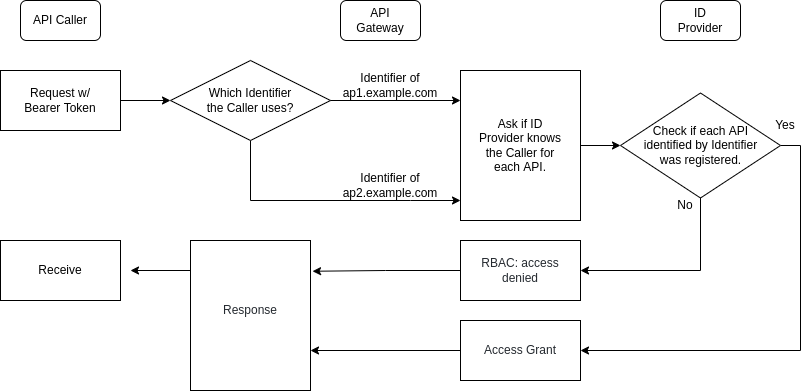
This is istioAuth0/Auth0.drawio.png from developer-onizuka/Diagrams, a draw.io export, as it was before one commit. Source tidied: cells renumbered, new cells last; positions are measured from the earlier drawing's top-left corner, leaving out a move shared by most shapes. Source of this version:
```xml
<mxGraphModel>
  <root>
    <mxCell id="0" />
    <mxCell id="1" parent="0" />
    <mxCell id="2" style="rounded=1;whiteSpace=wrap;html=1;" parent="1" vertex="1">
      <mxGeometry x="20" width="80" height="40" as="geometry" />
    </mxCell>
    <mxCell id="3" value="API Caller" style="text;html=1;strokeColor=none;fillColor=none;align=center;verticalAlign=middle;whiteSpace=wrap;rounded=0;" parent="1" vertex="1">
      <mxGeometry x="30" width="60" height="40" as="geometry" />
    </mxCell>
    <mxCell id="4" style="endArrow=classic;html=1;rounded=0;entryX=0;entryY=0.5;entryDx=0;entryDy=0;" parent="1" edge="1" target="6">
      <mxGeometry relative="1" as="geometry">
        <mxPoint x="120" y="100" as="sourcePoint" />
      </mxGeometry>
    </mxCell>
    <mxCell id="5" style="edgeStyle=orthogonalEdgeStyle;rounded=0;jettySize=auto;html=1;" parent="1" edge="1" source="6">
      <mxGeometry relative="1" as="geometry">
        <mxPoint x="460" y="200" as="targetPoint" />
        <Array as="points">
          <mxPoint x="250" y="200" />
          <mxPoint x="410" y="200" />
        </Array>
      </mxGeometry>
    </mxCell>
    <mxCell id="6" style="rhombus;whiteSpace=wrap;html=1;" parent="1" vertex="1">
      <mxGeometry x="170" y="60" width="160" height="80" as="geometry" />
    </mxCell>
    <mxCell id="7" style="endArrow=classic;html=1;rounded=0;exitX=1;exitY=0.5;exitDx=0;exitDy=0;" parent="1" edge="1" source="6">
      <mxGeometry relative="1" as="geometry">
        <mxPoint x="460" y="100" as="targetPoint" />
      </mxGeometry>
    </mxCell>
    <mxCell id="8" style="rounded=1;whiteSpace=wrap;html=1;" parent="1" vertex="1">
      <mxGeometry x="340" width="80" height="40" as="geometry" />
    </mxCell>
    <mxCell id="9" value="API Gateway" style="text;html=1;strokeColor=none;fillColor=none;align=center;verticalAlign=middle;whiteSpace=wrap;rounded=0;" parent="1" vertex="1">
      <mxGeometry x="350" width="60" height="40" as="geometry" />
    </mxCell>
    <mxCell id="10" style="rounded=0;whiteSpace=wrap;html=1;" parent="1" vertex="1">
      <mxGeometry y="70" width="120" height="60" as="geometry" />
    </mxCell>
    <mxCell id="11" value="Request w/&lt;br&gt;Bearer Token" style="text;html=1;strokeColor=none;fillColor=none;align=center;verticalAlign=middle;whiteSpace=wrap;rounded=0;" parent="1" vertex="1">
      <mxGeometry x="20" y="80" width="80" height="40" as="geometry" />
    </mxCell>
    <mxCell id="12" value="Identifier of ap1.example.com" style="text;html=1;strokeColor=none;fillColor=none;align=center;verticalAlign=middle;whiteSpace=wrap;rounded=0;" parent="1" vertex="1">
      <mxGeometry x="320" y="70" width="140" height="30" as="geometry" />
    </mxCell>
    <mxCell id="13" value="Which Identifier the Caller uses?" style="text;html=1;strokeColor=none;fillColor=none;align=center;verticalAlign=middle;whiteSpace=wrap;rounded=0;" parent="1" vertex="1">
      <mxGeometry x="205" y="80" width="90" height="40" as="geometry" />
    </mxCell>
    <mxCell id="14" value="Identifier of ap2.example.com" style="text;html=1;strokeColor=none;fillColor=none;align=center;verticalAlign=middle;whiteSpace=wrap;rounded=0;" parent="1" vertex="1">
      <mxGeometry x="320" y="170" width="140" height="30" as="geometry" />
    </mxCell>
    <mxCell id="15" style="rounded=0;whiteSpace=wrap;html=1;" parent="1" vertex="1">
      <mxGeometry x="460" y="70" width="120" height="150" as="geometry" />
    </mxCell>
    <mxCell id="16" style="edgeStyle=orthogonalEdgeStyle;rounded=0;jettySize=auto;html=1;entryX=0;entryY=0.5;entryDx=0;entryDy=0;exitX=1;exitY=0.5;exitDx=0;exitDy=0;" parent="1" edge="1" source="15" target="22">
      <mxGeometry relative="1" as="geometry" />
    </mxCell>
    <mxCell id="17" value="Ask if ID Provider knows the Caller for each API." style="text;html=1;strokeColor=none;fillColor=none;align=center;verticalAlign=middle;whiteSpace=wrap;rounded=0;" parent="1" vertex="1">
      <mxGeometry x="475" y="100" width="90" height="90" as="geometry" />
    </mxCell>
    <mxCell id="18" style="rounded=1;whiteSpace=wrap;html=1;" parent="1" vertex="1">
      <mxGeometry x="660" width="80" height="40" as="geometry" />
    </mxCell>
    <mxCell id="19" value="ID Provider" style="text;html=1;strokeColor=none;fillColor=none;align=center;verticalAlign=middle;whiteSpace=wrap;rounded=0;" parent="1" vertex="1">
      <mxGeometry x="670" width="60" height="40" as="geometry" />
    </mxCell>
    <mxCell id="20" style="edgeStyle=orthogonalEdgeStyle;rounded=0;jettySize=auto;html=1;exitX=0.5;exitY=1;exitDx=0;exitDy=0;fontSize=12;entryX=1;entryY=0.5;entryDx=0;entryDy=0;" parent="1" edge="1" source="22" target="25">
      <mxGeometry relative="1" as="geometry" />
    </mxCell>
    <mxCell id="21" style="edgeStyle=orthogonalEdgeStyle;rounded=0;jettySize=auto;html=1;exitX=1;exitY=0.5;exitDx=0;exitDy=0;fontSize=12;entryX=1;entryY=0.5;entryDx=0;entryDy=0;" parent="1" edge="1" source="22" target="34">
      <mxGeometry relative="1" as="geometry" />
    </mxCell>
    <mxCell id="22" style="rhombus;whiteSpace=wrap;html=1;" parent="1" vertex="1">
      <mxGeometry x="620" y="92.5" width="160" height="105" as="geometry" />
    </mxCell>
    <mxCell id="23" value="Check if each API identified by Identifier was registered." style="text;html=1;strokeColor=none;fillColor=none;align=center;verticalAlign=middle;whiteSpace=wrap;rounded=0;" parent="1" vertex="1">
      <mxGeometry x="637.5" y="102.5" width="125" height="85" as="geometry" />
    </mxCell>
    <mxCell id="24" style="edgeStyle=orthogonalEdgeStyle;rounded=0;jettySize=auto;html=1;exitX=0;exitY=0.5;exitDx=0;exitDy=0;fontSize=12;entryX=1.017;entryY=0.205;entryDx=0;entryDy=0;entryPerimeter=0;" parent="1" edge="1" source="25" target="29">
      <mxGeometry relative="1" as="geometry" />
    </mxCell>
    <mxCell id="25" style="rounded=0;whiteSpace=wrap;html=1;" parent="1" vertex="1">
      <mxGeometry x="460" y="240" width="120" height="60" as="geometry" />
    </mxCell>
    <mxCell id="26" value="&lt;span style=&quot;color: rgb(36 , 41 , 47) ; text-align: left ; background-color: rgb(255 , 255 , 255)&quot;&gt;&lt;font style=&quot;font-size: 12px&quot;&gt;RBAC: access denied&lt;/font&gt;&lt;/span&gt;" style="text;html=1;strokeColor=none;fillColor=none;align=center;verticalAlign=middle;whiteSpace=wrap;rounded=0;" parent="1" vertex="1">
      <mxGeometry x="480" y="250" width="80" height="40" as="geometry" />
    </mxCell>
    <mxCell id="27" value="No" style="text;html=1;strokeColor=none;fillColor=none;align=center;verticalAlign=middle;whiteSpace=wrap;rounded=0;" parent="1" vertex="1">
      <mxGeometry x="670" y="190" width="30" height="30" as="geometry" />
    </mxCell>
    <mxCell id="28" style="edgeStyle=orthogonalEdgeStyle;rounded=0;jettySize=auto;html=1;exitX=0;exitY=0.5;exitDx=0;exitDy=0;fontSize=12;" parent="1" edge="1" source="29">
      <mxGeometry relative="1" as="geometry">
        <mxPoint x="130" y="270" as="targetPoint" />
        <Array as="points">
          <mxPoint x="190" y="270" />
        </Array>
      </mxGeometry>
    </mxCell>
    <mxCell id="29" style="rounded=0;whiteSpace=wrap;html=1;" parent="1" vertex="1">
      <mxGeometry x="190" y="240" width="120" height="150" as="geometry" />
    </mxCell>
    <mxCell id="30" value="&lt;span style=&quot;color: rgb(36 , 41 , 47) ; text-align: left ; background-color: rgb(255 , 255 , 255)&quot;&gt;&lt;font style=&quot;font-size: 12px&quot;&gt;Response&lt;/font&gt;&lt;/span&gt;" style="text;html=1;strokeColor=none;fillColor=none;align=center;verticalAlign=middle;whiteSpace=wrap;rounded=0;" parent="1" vertex="1">
      <mxGeometry x="210" y="290" width="80" height="40" as="geometry" />
    </mxCell>
    <mxCell id="31" style="rounded=0;whiteSpace=wrap;html=1;" parent="1" vertex="1">
      <mxGeometry y="240" width="120" height="60" as="geometry" />
    </mxCell>
    <mxCell id="32" value="Receive" style="text;html=1;strokeColor=none;fillColor=none;align=center;verticalAlign=middle;whiteSpace=wrap;rounded=0;" parent="1" vertex="1">
      <mxGeometry x="20" y="250" width="80" height="40" as="geometry" />
    </mxCell>
    <mxCell id="33" style="edgeStyle=orthogonalEdgeStyle;rounded=0;jettySize=auto;html=1;exitX=0;exitY=0.5;exitDx=0;exitDy=0;fontSize=12;" parent="1" edge="1" source="34">
      <mxGeometry relative="1" as="geometry">
        <mxPoint x="310" y="350" as="targetPoint" />
      </mxGeometry>
    </mxCell>
    <mxCell id="34" style="rounded=0;whiteSpace=wrap;html=1;" parent="1" vertex="1">
      <mxGeometry x="460" y="320" width="120" height="60" as="geometry" />
    </mxCell>
    <mxCell id="35" value="&lt;span style=&quot;color: rgb(36 , 41 , 47) ; text-align: left ; background-color: rgb(255 , 255 , 255)&quot;&gt;&lt;font style=&quot;font-size: 12px&quot;&gt;Access Grant&lt;/font&gt;&lt;/span&gt;" style="text;html=1;strokeColor=none;fillColor=none;align=center;verticalAlign=middle;whiteSpace=wrap;rounded=0;" parent="1" vertex="1">
      <mxGeometry x="480" y="330" width="80" height="40" as="geometry" />
    </mxCell>
    <mxCell id="36" value="Yes" style="text;html=1;strokeColor=none;fillColor=none;align=center;verticalAlign=middle;whiteSpace=wrap;rounded=0;" parent="1" vertex="1">
      <mxGeometry x="770" y="110" width="30" height="30" as="geometry" />
    </mxCell>
  </root>
</mxGraphModel>
```
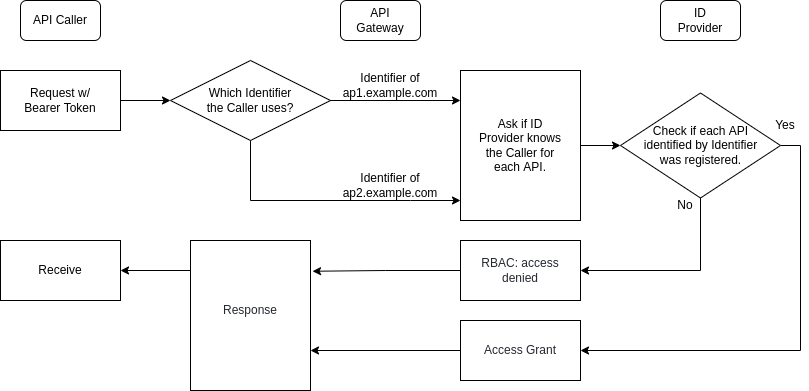
After the change.

Diff of the diagram source:
```diff
@@ -90,9 +90,8 @@
     <mxCell id="27" value="No" style="text;html=1;strokeColor=none;fillColor=none;align=center;verticalAlign=middle;whiteSpace=wrap;rounded=0;" parent="1" vertex="1">
       <mxGeometry x="670" y="190" width="30" height="30" as="geometry" />
     </mxCell>
-    <mxCell id="28" style="edgeStyle=orthogonalEdgeStyle;rounded=0;jettySize=auto;html=1;exitX=0;exitY=0.5;exitDx=0;exitDy=0;fontSize=12;" parent="1" edge="1" source="29">
+    <mxCell id="28" style="edgeStyle=orthogonalEdgeStyle;rounded=0;jettySize=auto;html=1;exitX=0;exitY=0.5;exitDx=0;exitDy=0;fontSize=12;entryX=1;entryY=0.5;entryDx=0;entryDy=0;" parent="1" edge="1" source="29" target="31">
       <mxGeometry relative="1" as="geometry">
-        <mxPoint x="130" y="270" as="targetPoint" />
         <Array as="points">
           <mxPoint x="190" y="270" />
         </Array>
```
